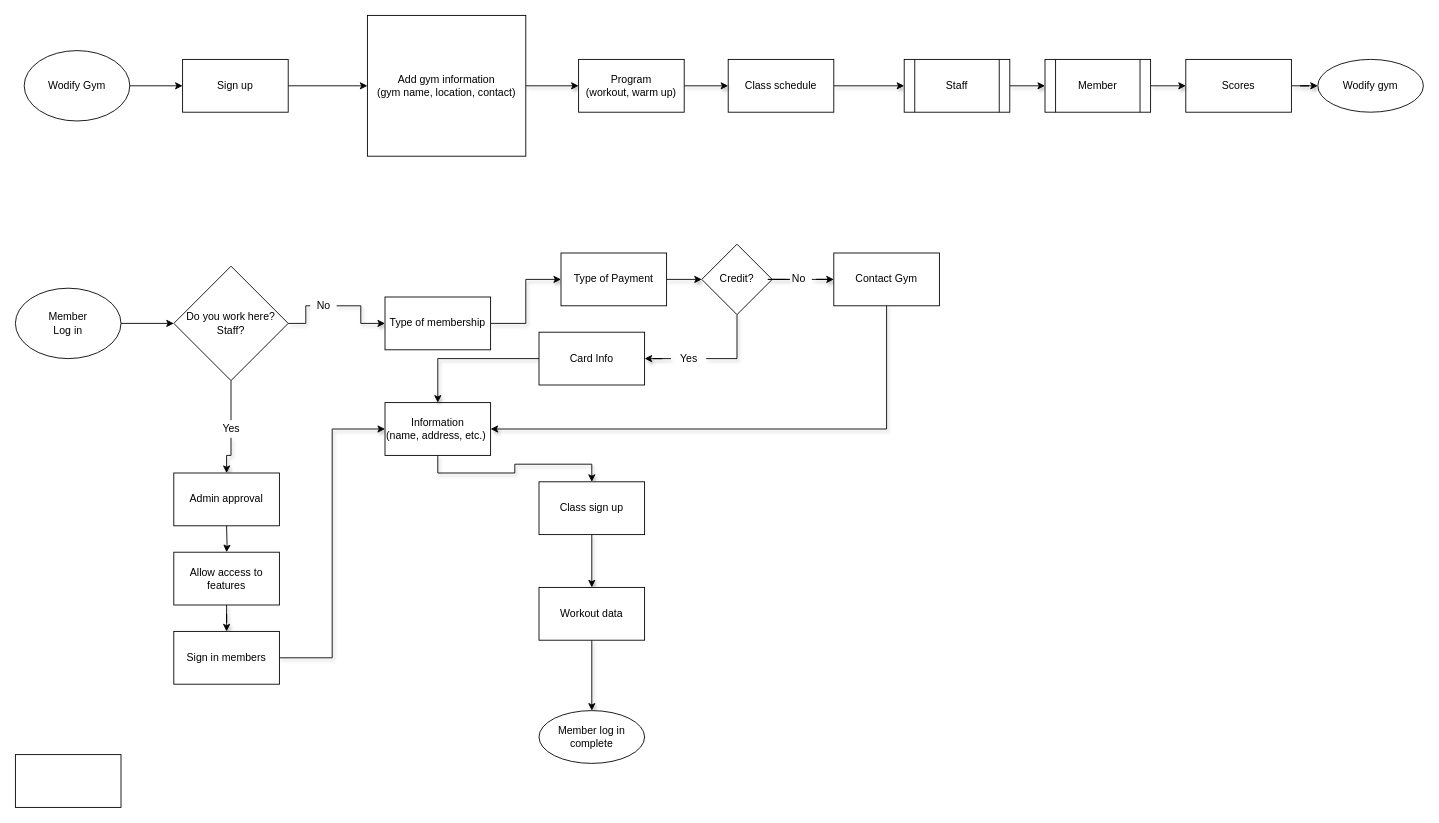
samuelroiz/WorkFlows_storage keeps this draw.io diagram as practice_wodify.drawio. Above is the earlier version. Source tidied: cells renumbered, new cells numbered last; positions are measured from the earlier drawing's top-left corner, leaving out a move shared by most shapes. Both pictures are drawn from the tidied source at 88%, with x=0, y=0 at pixel (15, 15).
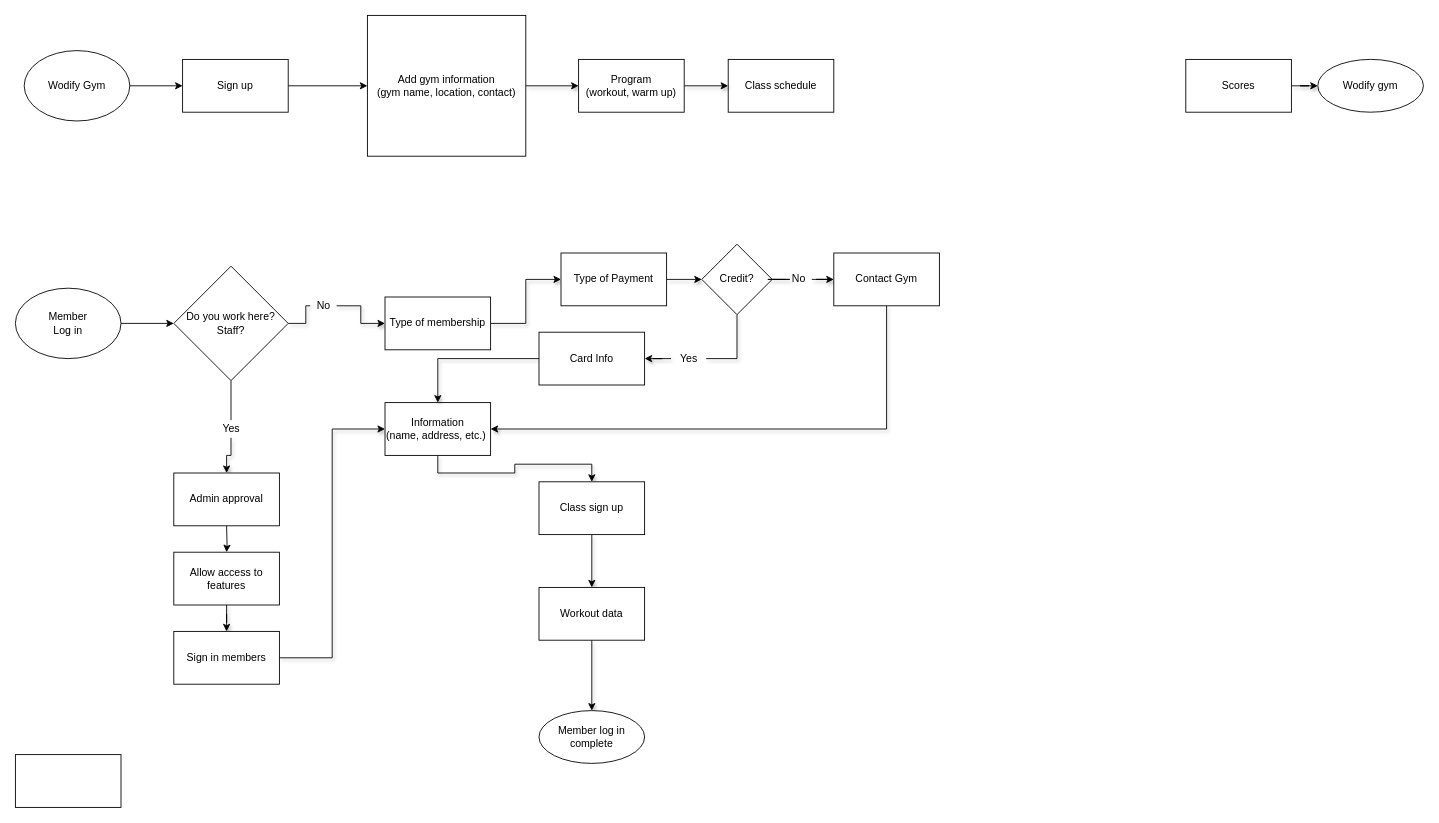
Above is the later version.

The change refers to these unchanged cells:
```xml
<mxCell id="18" value="Class schedule" style="whiteSpace=wrap;html=1;" parent="1" vertex="1">
  <mxGeometry x="810" y="50" width="120" height="60" as="geometry" />
</mxCell>
<mxCell id="38" value="Scores" style="whiteSpace=wrap;html=1;" parent="1" vertex="1">
  <mxGeometry x="1330" y="50" width="120" height="60" as="geometry" />
</mxCell>
```

Diff of the diagram source:
```diff
@@
-    <mxCell id="17" style="edgeStyle=orthogonalEdgeStyle;rounded=0;jettySize=auto;html=1;shadow=1;" parent="1" edge="1" source="18" target="40">
-      <mxGeometry relative="1" as="geometry" />
-    </mxCell>
@@
-    <mxCell id="39" style="edgeStyle=orthogonalEdgeStyle;rounded=0;jettySize=auto;html=1;shadow=1;exitX=1;exitY=0.5;exitDx=0;exitDy=0;" parent="1" edge="1" source="40" target="42">
-      <mxGeometry relative="1" as="geometry" />
-    </mxCell>
-    <mxCell id="40" value="Staff" style="shape=process;whiteSpace=wrap;html=1;backgroundOutline=1;" parent="1" vertex="1">
-      <mxGeometry x="1010" y="50" width="120" height="60" as="geometry" />
-    </mxCell>
-    <mxCell id="41" style="edgeStyle=orthogonalEdgeStyle;rounded=0;jettySize=auto;html=1;shadow=1;" parent="1" edge="1" source="42" target="38">
-      <mxGeometry relative="1" as="geometry" />
-    </mxCell>
-    <mxCell id="42" value="Member" style="shape=process;whiteSpace=wrap;html=1;backgroundOutline=1;" parent="1" vertex="1">
-      <mxGeometry x="1170" y="50" width="120" height="60" as="geometry" />
-    </mxCell>
```
